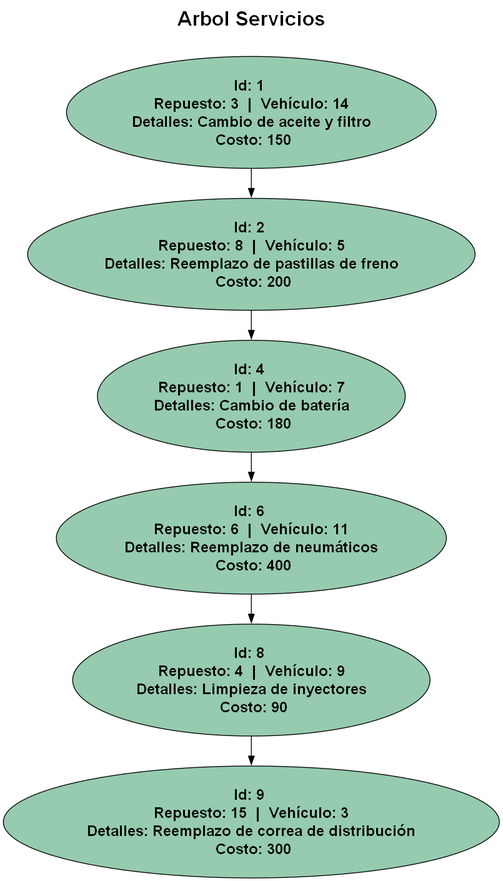
This is Fase3/Reportes/servicios.png from Saloj17/-EDD-1S2025_201900081, a Graphviz export, as it was before one commit. Its source is kept beside it as Fase3/Reportes/servicios.dot. Source of this version:
```dot
digraph G {
label = "Arbol Servicios

";

labelloc = "t";
fontsize = 24;
fontname = "Helvetica-Bold";
 1 [label="Id: 1 \n Repuesto: 3  |  Vehículo: 14 \n Detalles: Cambio de aceite y filtro \n Costo: 150" style="filled" fillcolor="#96cbb0" fontname="Helvetica-Bold" fontsize = 18 ];
  1 -> 2;
 2 [label="Id: 2 \n Repuesto: 8  |  Vehículo: 5 \n Detalles: Reemplazo de pastillas de freno \n Costo: 200" style="filled" fillcolor="#96cbb0" fontname="Helvetica-Bold" fontsize = 18 ];
  2 -> 4;
 4 [label="Id: 4 \n Repuesto: 1  |  Vehículo: 7 \n Detalles: Cambio de batería \n Costo: 180" style="filled" fillcolor="#96cbb0" fontname="Helvetica-Bold" fontsize = 18 ];
  4 -> 6;
 6 [label="Id: 6 \n Repuesto: 6  |  Vehículo: 11 \n Detalles: Reemplazo de neumáticos \n Costo: 400" style="filled" fillcolor="#96cbb0" fontname="Helvetica-Bold" fontsize = 18 ];
  6 -> 8;
 8 [label="Id: 8 \n Repuesto: 4  |  Vehículo: 9 \n Detalles: Limpieza de inyectores \n Costo: 90" style="filled" fillcolor="#96cbb0" fontname="Helvetica-Bold" fontsize = 18 ];
  8 -> 9;
 9 [label="Id: 9 \n Repuesto: 15  |  Vehículo: 3 \n Detalles: Reemplazo de correa de distribución \n Costo: 300" style="filled" fillcolor="#96cbb0" fontname="Helvetica-Bold" fontsize = 18 ];
}
```
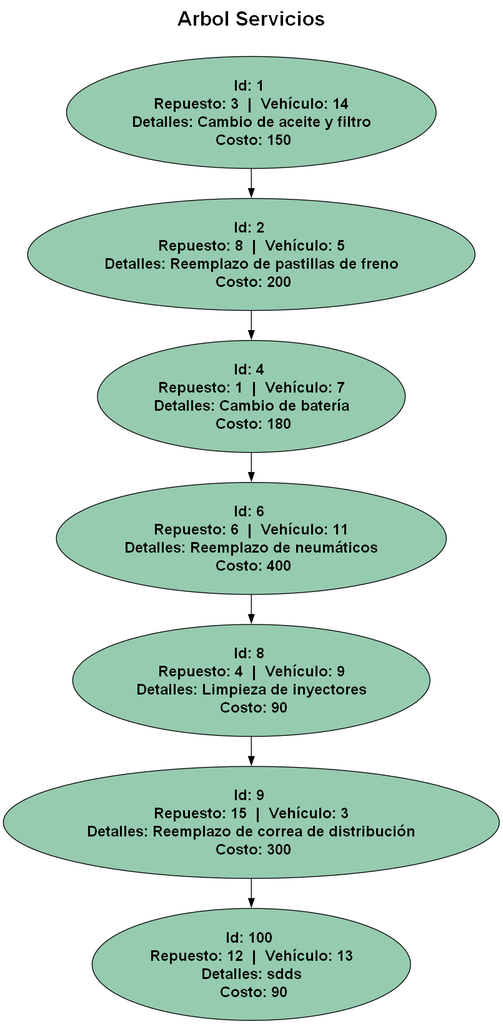
The same file after the commit.

What changed in the source:
```diff
@@ -17,4 +17,6 @@
  8 [label="Id: 8 \n Repuesto: 4  |  Vehículo: 9 \n Detalles: Limpieza de inyectores \n Costo: 90" style="filled" fillcolor="#96cbb0" fontname="Helvetica-Bold" fontsize = 18 ];
   8 -> 9;
  9 [label="Id: 9 \n Repuesto: 15  |  Vehículo: 3 \n Detalles: Reemplazo de correa de distribución \n Costo: 300" style="filled" fillcolor="#96cbb0" fontname="Helvetica-Bold" fontsize = 18 ];
+  9 -> 100;
+ 100 [label="Id: 100 \n Repuesto: 12  |  Vehículo: 13 \n Detalles: sdds \n Costo: 90" style="filled" fillcolor="#96cbb0" fontname="Helvetica-Bold" fontsize = 18 ];
 }
```
